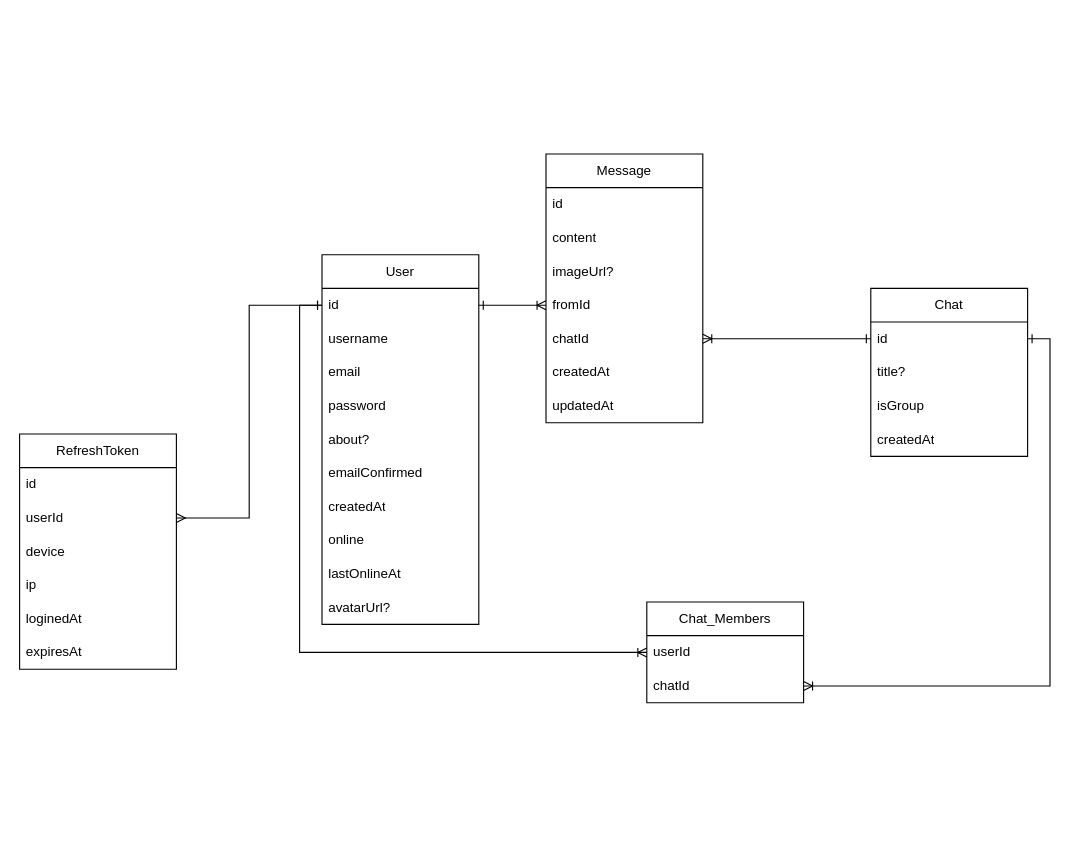
SergeyBogomolovv/grekasgram keeps this draw.io diagram as DB_Diagram.drawio. Above is the earlier version. Source tidied: cells renumbered, new cells numbered last; positions are measured from the earlier drawing's top-left corner, leaving out a move shared by most shapes. Both pictures are drawn from the tidied source at 112%, with x=0, y=0 at pixel (19, 153).
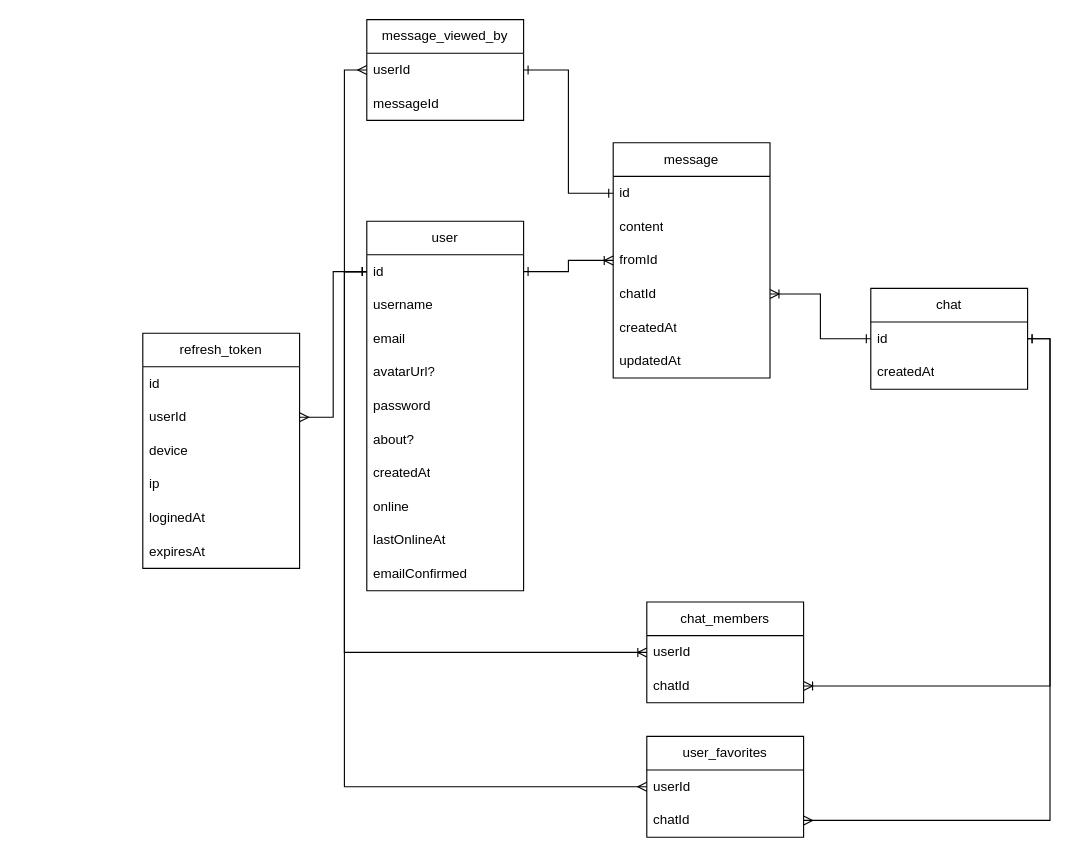
Above is the later version.

Commit message (it also covers changes not shown here):
feat: update database schema

The change refers to these unchanged cells:
```xml
<mxCell id="3" value="id" style="text;strokeColor=none;fillColor=none;align=left;verticalAlign=middle;spacingLeft=4;spacingRight=4;overflow=hidden;points=[[0,0.5],[1,0.5]];portConstraint=eastwest;whiteSpace=wrap;html=1;" parent="2" vertex="1">
  <mxGeometry y="30" width="140" height="30" as="geometry" />
</mxCell>
<mxCell id="14" value="id" style="text;strokeColor=none;fillColor=none;align=left;verticalAlign=middle;spacingLeft=4;spacingRight=4;overflow=hidden;points=[[0,0.5],[1,0.5]];portConstraint=eastwest;whiteSpace=wrap;html=1;" parent="13" vertex="1">
  <mxGeometry y="30" width="140" height="30" as="geometry" />
</mxCell>
<mxCell id="22" value="id" style="text;strokeColor=none;fillColor=none;align=left;verticalAlign=middle;spacingLeft=4;spacingRight=4;overflow=hidden;points=[[0,0.5],[1,0.5]];portConstraint=eastwest;whiteSpace=wrap;html=1;" parent="21" vertex="1">
  <mxGeometry y="30" width="140" height="30" as="geometry" />
</mxCell>
```

The edit, as a diff of the source:
```diff
@@
-    <mxCell id="2" value="User" style="swimlane;fontStyle=0;horizontal=1;startSize=30;whiteSpace=wrap;html=1;" parent="1" vertex="1">
-      <mxGeometry x="270" y="90" width="140" height="330" as="geometry" />
+    <mxCell id="2" value="user" style="swimlane;fontStyle=0;horizontal=1;startSize=30;whiteSpace=wrap;html=1;" parent="1" vertex="1">
+      <mxGeometry x="310" y="60" width="140" height="330" as="geometry" />
     </mxCell>
@@
+    <mxCell id="12" value="avatarUrl?" style="text;strokeColor=none;fillColor=none;align=left;verticalAlign=middle;spacingLeft=4;spacingRight=4;overflow=hidden;whiteSpace=wrap;html=1;" parent="2" vertex="1">
+      <mxGeometry y="120" width="140" height="30" as="geometry" />
+    </mxCell>
     <mxCell id="6" value="password" style="text;strokeColor=none;fillColor=none;align=left;verticalAlign=middle;spacingLeft=4;spacingRight=4;overflow=hidden;whiteSpace=wrap;html=1;" parent="2" vertex="1">
-      <mxGeometry y="120" width="140" height="30" as="geometry" />
+      <mxGeometry y="150" width="140" height="30" as="geometry" />
     </mxCell>
     <mxCell id="7" value="about?" style="text;strokeColor=none;fillColor=none;align=left;verticalAlign=middle;spacingLeft=4;spacingRight=4;overflow=hidden;whiteSpace=wrap;html=1;" parent="2" vertex="1">
-      <mxGeometry y="150" width="140" height="30" as="geometry" />
+      <mxGeometry y="180" width="140" height="30" as="geometry" />
     </mxCell>
-    <mxCell id="8" value="emailConfirmed" style="text;strokeColor=none;fillColor=none;align=left;verticalAlign=middle;spacingLeft=4;spacingRight=4;overflow=hidden;whiteSpace=wrap;html=1;" parent="2" vertex="1">
-      <mxGeometry y="180" width="140" height="30" as="geometry" />
-    </mxCell>
@@
-    <mxCell id="12" value="avatarUrl?" style="text;strokeColor=none;fillColor=none;align=left;verticalAlign=middle;spacingLeft=4;spacingRight=4;overflow=hidden;whiteSpace=wrap;html=1;" parent="2" vertex="1">
-      <mxGeometry y="300" width="140" height="30" as="geometry" />
-    </mxCell>
+    <mxCell id="8" value="emailConfirmed" style="text;strokeColor=none;fillColor=none;align=left;verticalAlign=middle;spacingLeft=4;spacingRight=4;overflow=hidden;whiteSpace=wrap;html=1;" parent="2" vertex="1">
+      <mxGeometry y="300" width="140" height="30" as="geometry" />
+    </mxCell>
-    <mxCell id="13" value="Message" style="swimlane;fontStyle=0;horizontal=1;startSize=30;whiteSpace=wrap;html=1;" parent="1" vertex="1">
-      <mxGeometry x="470" width="140" height="240" as="geometry" />
+    <mxCell id="13" value="message" style="swimlane;fontStyle=0;horizontal=1;startSize=30;whiteSpace=wrap;html=1;" parent="1" vertex="1">
+      <mxGeometry x="530" y="-10" width="140" height="210" as="geometry" />
     </mxCell>
@@
-    <mxCell id="16" value="imageUrl?" style="text;strokeColor=none;fillColor=none;align=left;verticalAlign=middle;spacingLeft=4;spacingRight=4;overflow=hidden;whiteSpace=wrap;html=1;" parent="13" vertex="1">
-      <mxGeometry y="90" width="140" height="30" as="geometry" />
-    </mxCell>
     <mxCell id="17" value="fromId" style="text;strokeColor=none;fillColor=none;align=left;verticalAlign=middle;spacingLeft=4;spacingRight=4;overflow=hidden;points=[[0,0.5],[1,0.5]];portConstraint=eastwest;whiteSpace=wrap;html=1;" parent="13" vertex="1">
-      <mxGeometry y="120" width="140" height="30" as="geometry" />
+      <mxGeometry y="90" width="140" height="30" as="geometry" />
     </mxCell>
     <mxCell id="18" value="chatId" style="text;strokeColor=none;fillColor=none;align=left;verticalAlign=middle;spacingLeft=4;spacingRight=4;overflow=hidden;points=[[0,0.5],[1,0.5]];portConstraint=eastwest;whiteSpace=wrap;html=1;" parent="13" vertex="1">
-      <mxGeometry y="150" width="140" height="30" as="geometry" />
+      <mxGeometry y="120" width="140" height="30" as="geometry" />
     </mxCell>
     <mxCell id="19" value="createdAt" style="text;strokeColor=none;fillColor=none;align=left;verticalAlign=middle;spacingLeft=4;spacingRight=4;overflow=hidden;whiteSpace=wrap;html=1;" parent="13" vertex="1">
-      <mxGeometry y="180" width="140" height="30" as="geometry" />
+      <mxGeometry y="150" width="140" height="30" as="geometry" />
     </mxCell>
     <mxCell id="20" value="updatedAt" style="text;strokeColor=none;fillColor=none;align=left;verticalAlign=middle;spacingLeft=4;spacingRight=4;overflow=hidden;whiteSpace=wrap;html=1;" parent="13" vertex="1">
-      <mxGeometry y="210" width="140" height="30" as="geometry" />
+      <mxGeometry y="180" width="140" height="30" as="geometry" />
     </mxCell>
-    <mxCell id="21" value="Chat" style="swimlane;fontStyle=0;horizontal=1;startSize=30;whiteSpace=wrap;html=1;" parent="1" vertex="1">
-      <mxGeometry x="760" y="120" width="140" height="150" as="geometry" />
+    <mxCell id="21" value="chat" style="swimlane;fontStyle=0;horizontal=1;startSize=30;whiteSpace=wrap;html=1;" parent="1" vertex="1">
+      <mxGeometry x="760" y="120" width="140" height="90" as="geometry" />
     </mxCell>
@@
-    <mxCell id="23" value="title?" style="text;strokeColor=none;fillColor=none;align=left;verticalAlign=middle;spacingLeft=4;spacingRight=4;overflow=hidden;whiteSpace=wrap;html=1;" parent="21" vertex="1">
-      <mxGeometry y="60" width="140" height="30" as="geometry" />
-    </mxCell>
-    <mxCell id="24" value="isGroup" style="text;strokeColor=none;fillColor=none;align=left;verticalAlign=middle;spacingLeft=4;spacingRight=4;overflow=hidden;whiteSpace=wrap;html=1;" parent="21" vertex="1">
-      <mxGeometry y="90" width="140" height="30" as="geometry" />
-    </mxCell>
     <mxCell id="25" value="createdAt" style="text;strokeColor=none;fillColor=none;align=left;verticalAlign=middle;spacingLeft=4;spacingRight=4;overflow=hidden;whiteSpace=wrap;html=1;" parent="21" vertex="1">
-      <mxGeometry y="120" width="140" height="30" as="geometry" />
+      <mxGeometry y="60" width="140" height="30" as="geometry" />
     </mxCell>
-    <mxCell id="26" value="Chat_Members" style="swimlane;fontStyle=0;horizontal=1;startSize=30;whiteSpace=wrap;html=1;" parent="1" vertex="1">
+    <mxCell id="26" value="chat_members" style="swimlane;fontStyle=0;horizontal=1;startSize=30;whiteSpace=wrap;html=1;" parent="1" vertex="1">
       <mxGeometry x="560" y="400" width="140" height="90" as="geometry" />
     </mxCell>
@@
-    <mxCell id="33" value="RefreshToken" style="swimlane;fontStyle=0;horizontal=1;startSize=30;whiteSpace=wrap;html=1;" parent="1" vertex="1">
-      <mxGeometry y="250" width="140" height="210" as="geometry" />
+    <mxCell id="33" value="refresh_token" style="swimlane;fontStyle=0;horizontal=1;startSize=30;whiteSpace=wrap;html=1;" parent="1" vertex="1">
+      <mxGeometry x="110" y="160" width="140" height="210" as="geometry" />
     </mxCell>
@@
+    <mxCell id="41" value="user_favorites" style="swimlane;fontStyle=0;horizontal=1;startSize=30;whiteSpace=wrap;html=1;" parent="1" vertex="1">
+      <mxGeometry x="560" y="520" width="140" height="90" as="geometry" />
+    </mxCell>
+    <mxCell id="42" value="userId" style="text;strokeColor=none;fillColor=none;align=left;verticalAlign=middle;spacingLeft=4;spacingRight=4;overflow=hidden;points=[[0,0.5],[1,0.5]];portConstraint=eastwest;whiteSpace=wrap;html=1;" parent="41" vertex="1">
+      <mxGeometry y="30" width="140" height="30" as="geometry" />
+    </mxCell>
+    <mxCell id="43" value="chatId" style="text;strokeColor=none;fillColor=none;align=left;verticalAlign=middle;spacingLeft=4;spacingRight=4;overflow=hidden;points=[[0,0.5],[1,0.5]];portConstraint=eastwest;whiteSpace=wrap;html=1;" parent="41" vertex="1">
+      <mxGeometry y="60" width="140" height="30" as="geometry" />
+    </mxCell>
+    <mxCell id="44" style="edgeStyle=orthogonalEdgeStyle;rounded=0;jettySize=auto;html=1;exitX=0;exitY=0.5;exitDx=0;exitDy=0;entryX=0;entryY=0.5;entryDx=0;entryDy=0;endArrow=ERmany;endFill=0;" parent="1" edge="1" source="3" target="42">
+      <mxGeometry relative="1" as="geometry" />
+    </mxCell>
+    <mxCell id="45" style="edgeStyle=orthogonalEdgeStyle;rounded=0;jettySize=auto;html=1;exitX=1;exitY=0.5;exitDx=0;exitDy=0;entryX=1;entryY=0.5;entryDx=0;entryDy=0;endArrow=ERone;endFill=0;startArrow=ERmany;startFill=0;" parent="1" edge="1" source="43" target="22">
+      <mxGeometry relative="1" as="geometry" />
+    </mxCell>
+    <mxCell id="46" value="message_viewed_by" style="swimlane;fontStyle=0;horizontal=1;startSize=30;whiteSpace=wrap;html=1;" parent="1" vertex="1">
+      <mxGeometry x="310" y="-120" width="140" height="90" as="geometry" />
+    </mxCell>
+    <mxCell id="47" value="userId" style="text;strokeColor=none;fillColor=none;align=left;verticalAlign=middle;spacingLeft=4;spacingRight=4;overflow=hidden;points=[[0,0.5],[1,0.5]];portConstraint=eastwest;whiteSpace=wrap;html=1;" parent="46" vertex="1">
+      <mxGeometry y="30" width="140" height="30" as="geometry" />
+    </mxCell>
+    <mxCell id="48" value="messageId" style="text;strokeColor=none;fillColor=none;align=left;verticalAlign=middle;spacingLeft=4;spacingRight=4;overflow=hidden;whiteSpace=wrap;html=1;" parent="46" vertex="1">
+      <mxGeometry y="60" width="140" height="30" as="geometry" />
+    </mxCell>
+    <mxCell id="49" style="edgeStyle=orthogonalEdgeStyle;rounded=0;jettySize=auto;html=1;exitX=0;exitY=0.5;exitDx=0;exitDy=0;entryX=0;entryY=0.5;entryDx=0;entryDy=0;startArrow=ERmany;startFill=0;endArrow=ERone;endFill=0;" parent="1" edge="1" source="47" target="3">
+      <mxGeometry relative="1" as="geometry" />
+    </mxCell>
+    <mxCell id="50" style="edgeStyle=orthogonalEdgeStyle;rounded=0;jettySize=auto;html=1;exitX=1;exitY=0.5;exitDx=0;exitDy=0;entryX=0;entryY=0.5;entryDx=0;entryDy=0;endArrow=ERone;endFill=0;startArrow=ERone;startFill=0;" parent="1" edge="1" source="47" target="14">
+      <mxGeometry relative="1" as="geometry" />
+    </mxCell>
```
